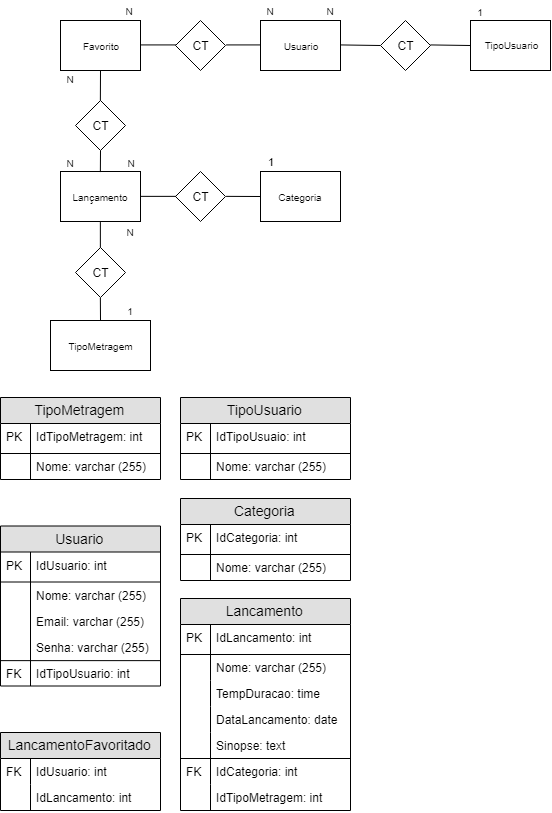
Before: ExOpflix/M_Diagrama.png, a diagram exported from draw.io (RaulDeMelo/2s2019-sprint-1-bd). Source tidied: cells renumbered, new cells last; positions are measured from the earlier drawing's top-left corner, leaving out a move shared by most shapes.
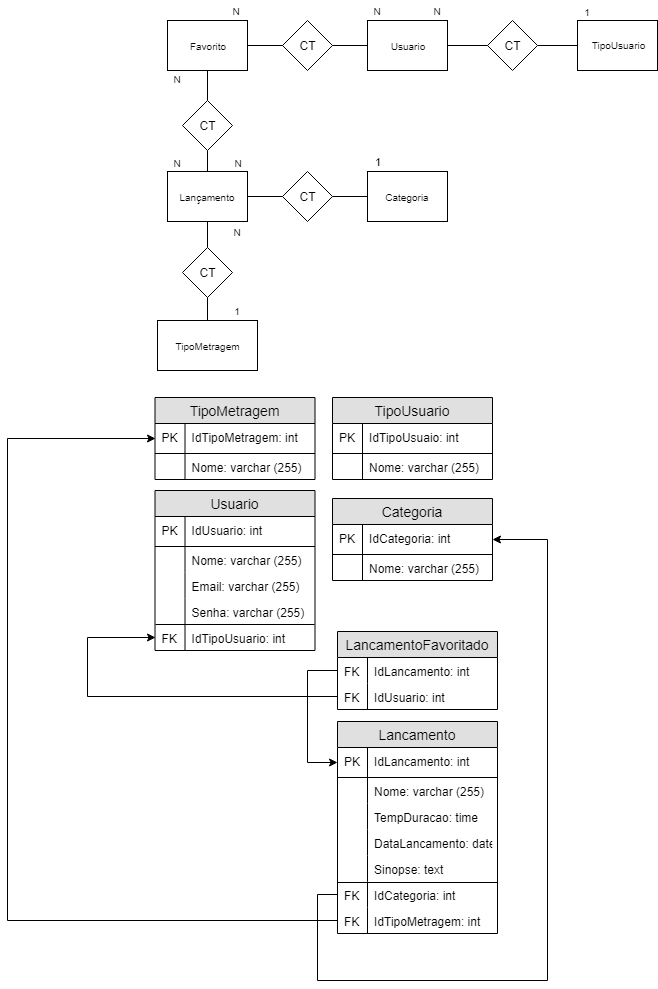
The same file after the commit.

Diff of the diagram source:
```diff
@@ -141,7 +141,7 @@
       <mxGeometry x="50" y="151.5" width="40" height="20" as="geometry" />
     </mxCell>
     <mxCell id="44" value="Usuario" style="swimlane;fontStyle=0;horizontal=1;startSize=26;fillColor=#e0e0e0;swimlaneFillColor=#ffffff;align=center;fontSize=14;" parent="1" vertex="1">
-      <mxGeometry y="525.5" width="160" height="160" as="geometry" />
+      <mxGeometry x="47.5" y="490" width="160" height="160" as="geometry" />
     </mxCell>
     <mxCell id="45" value="IdUsuario: int" style="shape=partialRectangle;top=0;left=0;right=0;bottom=1;align=left;verticalAlign=middle;fillColor=none;spacingLeft=34;spacingRight=4;overflow=hidden;fontStyle=0;fontSize=12;" parent="44" vertex="1">
       <mxGeometry y="26" width="160" height="30" as="geometry" />
@@ -177,7 +177,7 @@
       <mxGeometry relative="1" as="geometry" />
     </mxCell>
     <mxCell id="56" value="TipoMetragem" style="swimlane;fontStyle=0;horizontal=1;startSize=26;fillColor=#e0e0e0;swimlaneFillColor=#ffffff;align=center;fontSize=14;" parent="1" vertex="1">
-      <mxGeometry y="397" width="160" height="82" as="geometry" />
+      <mxGeometry x="47.5" y="397" width="160" height="82" as="geometry" />
     </mxCell>
     <mxCell id="57" value="IdTipoMetragem: int" style="shape=partialRectangle;top=0;left=0;right=0;bottom=1;align=left;verticalAlign=middle;fillColor=none;spacingLeft=34;spacingRight=4;overflow=hidden;points=[[0,0.5],[1,0.5]];portConstraint=eastwest;fontStyle=0;fontSize=12;" parent="56" vertex="1">
       <mxGeometry y="26" width="160" height="30" as="geometry" />
@@ -192,97 +192,131 @@
       <mxGeometry width="30" height="26" as="geometry" />
     </mxCell>
     <mxCell id="61" value="TipoUsuario" style="swimlane;fontStyle=0;horizontal=1;startSize=26;fillColor=#e0e0e0;swimlaneFillColor=#ffffff;align=center;fontSize=14;" parent="1" vertex="1">
-      <mxGeometry x="180" y="397" width="170" height="82" as="geometry" />
+      <mxGeometry x="225" y="397" width="160" height="82" as="geometry" />
     </mxCell>
     <mxCell id="62" value="IdTipoUsuaio: int" style="shape=partialRectangle;top=0;left=0;right=0;bottom=1;align=left;verticalAlign=middle;fillColor=none;spacingLeft=34;spacingRight=4;overflow=hidden;fontStyle=0;fontSize=12;" parent="61" vertex="1">
-      <mxGeometry y="26" width="170" height="30" as="geometry" />
+      <mxGeometry y="26" width="160" height="30" as="geometry" />
     </mxCell>
     <mxCell id="63" value="PK" style="shape=partialRectangle;top=0;left=0;bottom=0;fillColor=none;align=left;verticalAlign=middle;spacingLeft=4;spacingRight=4;overflow=hidden;fontSize=12;" parent="62" vertex="1">
       <mxGeometry width="30" height="30" as="geometry" />
     </mxCell>
     <mxCell id="64" value="Nome: varchar (255)" style="shape=partialRectangle;top=0;left=0;right=0;bottom=0;align=left;verticalAlign=top;fillColor=none;spacingLeft=34;spacingRight=4;overflow=hidden;fontSize=12;" parent="61" vertex="1">
-      <mxGeometry y="56" width="170" height="26" as="geometry" />
+      <mxGeometry y="56" width="160" height="26" as="geometry" />
     </mxCell>
     <mxCell id="65" style="shape=partialRectangle;top=0;left=0;bottom=0;fillColor=none;align=left;verticalAlign=top;spacingLeft=4;spacingRight=4;overflow=hidden;fontSize=12;" parent="64" vertex="1">
       <mxGeometry width="30" height="26" as="geometry" />
     </mxCell>
     <mxCell id="66" value="Categoria" style="swimlane;fontStyle=0;horizontal=1;startSize=26;fillColor=#e0e0e0;swimlaneFillColor=#ffffff;align=center;fontSize=14;" parent="1" vertex="1">
-      <mxGeometry x="180" y="498" width="170" height="82" as="geometry" />
+      <mxGeometry x="225" y="498" width="160" height="82" as="geometry" />
     </mxCell>
     <mxCell id="67" value="IdCategoria: int" style="shape=partialRectangle;top=0;left=0;right=0;bottom=1;align=left;verticalAlign=middle;fillColor=none;spacingLeft=34;spacingRight=4;overflow=hidden;points=[[0,0.5],[1,0.5]];portConstraint=eastwest;fontStyle=0;fontSize=12;" parent="66" vertex="1">
-      <mxGeometry y="26" width="170" height="30" as="geometry" />
+      <mxGeometry y="26" width="160" height="30" as="geometry" />
     </mxCell>
     <mxCell id="68" value="PK" style="shape=partialRectangle;top=0;left=0;bottom=0;fillColor=none;align=left;verticalAlign=middle;spacingLeft=4;spacingRight=4;overflow=hidden;fontSize=12;" parent="67" vertex="1">
       <mxGeometry width="30" height="30" as="geometry" />
     </mxCell>
     <mxCell id="69" value="Nome: varchar (255)" style="shape=partialRectangle;top=0;left=0;right=0;bottom=0;align=left;verticalAlign=top;fillColor=none;spacingLeft=34;spacingRight=4;overflow=hidden;fontSize=12;" parent="66" vertex="1">
-      <mxGeometry y="56" width="170" height="26" as="geometry" />
+      <mxGeometry y="56" width="160" height="26" as="geometry" />
     </mxCell>
     <mxCell id="70" style="shape=partialRectangle;top=0;left=0;bottom=0;fillColor=none;align=left;verticalAlign=top;spacingLeft=4;spacingRight=4;overflow=hidden;fontSize=12;" parent="69" vertex="1">
       <mxGeometry width="30" height="26" as="geometry" />
     </mxCell>
     <mxCell id="71" value="Lancamento" style="swimlane;fontStyle=0;horizontal=1;startSize=26;fillColor=#e0e0e0;swimlaneFillColor=#ffffff;align=center;fontSize=14;" parent="1" vertex="1">
-      <mxGeometry x="180" y="598" width="170" height="212" as="geometry" />
+      <mxGeometry x="230" y="721" width="160" height="212" as="geometry" />
     </mxCell>
     <mxCell id="72" value="IdLancamento: int" style="shape=partialRectangle;top=0;left=0;right=0;bottom=1;align=left;verticalAlign=middle;fillColor=none;spacingLeft=34;spacingRight=4;overflow=hidden;points=[[0,0.5],[1,0.5]];portConstraint=eastwest;fontStyle=0;fontSize=12;" parent="71" vertex="1">
-      <mxGeometry y="26" width="170" height="30" as="geometry" />
+      <mxGeometry y="26" width="160" height="30" as="geometry" />
     </mxCell>
     <mxCell id="73" value="PK" style="shape=partialRectangle;top=0;left=0;bottom=0;fillColor=none;align=left;verticalAlign=middle;spacingLeft=4;spacingRight=4;overflow=hidden;fontSize=12;" parent="72" vertex="1">
       <mxGeometry width="30" height="30" as="geometry" />
     </mxCell>
     <mxCell id="74" value="Nome: varchar (255)" style="shape=partialRectangle;top=0;left=0;right=0;bottom=0;align=left;verticalAlign=top;fillColor=none;spacingLeft=34;spacingRight=4;overflow=hidden;fontSize=12;" parent="71" vertex="1">
-      <mxGeometry y="56" width="170" height="26" as="geometry" />
+      <mxGeometry y="56" width="160" height="26" as="geometry" />
     </mxCell>
-    <mxCell id="75" style="shape=partialRectangle;top=0;left=0;bottom=0;fillColor=none;align=left;verticalAlign=top;spacingLeft=4;spacingRight=4;overflow=hidden;fontSize=12;" parent="74" vertex="1">
-      <mxGeometry width="30" height="26" as="geometry" />
-    </mxCell>
+    <mxCell id="92" style="shape=partialRectangle;top=0;left=0;bottom=0;fillColor=none;align=left;verticalAlign=top;spacingLeft=4;spacingRight=4;overflow=hidden;fontSize=12;" parent="74" vertex="1">
+      <mxGeometry width="30" height="26" as="geometry" />
+    </mxCell>
     <mxCell id="76" value="TempDuracao: time" style="shape=partialRectangle;top=0;left=0;right=0;bottom=0;align=left;verticalAlign=top;fillColor=none;spacingLeft=34;spacingRight=4;overflow=hidden;fontSize=12;" parent="71" vertex="1">
-      <mxGeometry y="82" width="170" height="26" as="geometry" />
+      <mxGeometry y="82" width="160" height="26" as="geometry" />
     </mxCell>
-    <mxCell id="77" style="shape=partialRectangle;top=0;left=0;bottom=0;fillColor=none;align=left;verticalAlign=top;spacingLeft=4;spacingRight=4;overflow=hidden;fontSize=12;" parent="76" vertex="1">
-      <mxGeometry width="30" height="26" as="geometry" />
-    </mxCell>
+    <mxCell id="93" style="shape=partialRectangle;top=0;left=0;bottom=0;fillColor=none;align=left;verticalAlign=top;spacingLeft=4;spacingRight=4;overflow=hidden;fontSize=12;" parent="76" vertex="1">
+      <mxGeometry width="30" height="26" as="geometry" />
+    </mxCell>
     <mxCell id="78" value="DataLancamento: date" style="shape=partialRectangle;top=0;left=0;right=0;bottom=0;align=left;verticalAlign=top;fillColor=none;spacingLeft=34;spacingRight=4;overflow=hidden;fontSize=12;" parent="71" vertex="1">
-      <mxGeometry y="108" width="170" height="26" as="geometry" />
+      <mxGeometry y="108" width="160" height="26" as="geometry" />
     </mxCell>
-    <mxCell id="79" style="shape=partialRectangle;top=0;left=0;bottom=0;fillColor=none;align=left;verticalAlign=top;spacingLeft=4;spacingRight=4;overflow=hidden;fontSize=12;" parent="78" vertex="1">
-      <mxGeometry width="30" height="26" as="geometry" />
-    </mxCell>
+    <mxCell id="94" style="shape=partialRectangle;top=0;left=0;bottom=0;fillColor=none;align=left;verticalAlign=top;spacingLeft=4;spacingRight=4;overflow=hidden;fontSize=12;" parent="78" vertex="1">
+      <mxGeometry width="30" height="26" as="geometry" />
+    </mxCell>
     <mxCell id="80" value="Sinopse: text" style="shape=partialRectangle;top=0;left=0;right=0;bottom=0;align=left;verticalAlign=top;fillColor=none;spacingLeft=34;spacingRight=4;overflow=hidden;fontSize=12;" parent="71" vertex="1">
-      <mxGeometry y="134" width="170" height="26" as="geometry" />
+      <mxGeometry y="134" width="160" height="26" as="geometry" />
     </mxCell>
-    <mxCell id="81" style="shape=partialRectangle;top=0;left=0;bottom=0;fillColor=none;align=left;verticalAlign=top;spacingLeft=4;spacingRight=4;overflow=hidden;fontSize=12;" parent="80" vertex="1">
-      <mxGeometry width="30" height="26" as="geometry" />
-    </mxCell>
+    <mxCell id="95" style="shape=partialRectangle;top=0;left=0;bottom=0;fillColor=none;align=left;verticalAlign=top;spacingLeft=4;spacingRight=4;overflow=hidden;fontSize=12;" parent="80" vertex="1">
+      <mxGeometry width="30" height="26" as="geometry" />
+    </mxCell>
     <mxCell id="82" value="IdCategoria: int" style="shape=partialRectangle;top=0;left=0;right=0;bottom=0;align=left;verticalAlign=top;fillColor=none;spacingLeft=34;spacingRight=4;overflow=hidden;points=[[0,0.5],[1,0.5]];portConstraint=eastwest;fontSize=12;" parent="71" vertex="1">
-      <mxGeometry y="160" width="170" height="26" as="geometry" />
+      <mxGeometry y="160" width="160" height="26" as="geometry" />
     </mxCell>
-    <mxCell id="83" value="FK" style="shape=partialRectangle;top=0;left=0;bottom=0;fillColor=none;align=left;verticalAlign=top;spacingLeft=4;spacingRight=4;overflow=hidden;fontSize=12;" parent="82" vertex="1">
-      <mxGeometry width="30" height="26" as="geometry" />
-    </mxCell>
+    <mxCell id="96" value="FK" style="shape=partialRectangle;top=0;left=0;bottom=0;fillColor=none;align=left;verticalAlign=top;spacingLeft=4;spacingRight=4;overflow=hidden;fontSize=12;" parent="82" vertex="1">
+      <mxGeometry width="30" height="26" as="geometry" />
+    </mxCell>
     <mxCell id="84" value="IdTipoMetragem: int" style="shape=partialRectangle;top=0;left=0;right=0;bottom=0;align=left;verticalAlign=top;fillColor=none;spacingLeft=34;spacingRight=4;overflow=hidden;points=[[0,0.5],[1,0.5]];portConstraint=eastwest;fontSize=12;" parent="71" vertex="1">
-      <mxGeometry y="186" width="170" height="26" as="geometry" />
+      <mxGeometry y="186" width="160" height="26" as="geometry" />
     </mxCell>
-    <mxCell id="85" style="shape=partialRectangle;top=0;left=0;bottom=0;fillColor=none;align=left;verticalAlign=top;spacingLeft=4;spacingRight=4;overflow=hidden;fontSize=12;" parent="84" vertex="1">
-      <mxGeometry width="30" height="26" as="geometry" />
-    </mxCell>
-    <mxCell id="86" style="line;strokeWidth=1;fillColor=none;align=left;verticalAlign=middle;spacingTop=-1;spacingLeft=3;spacingRight=3;labelPosition=right;fontSize=12;" parent="1" vertex="1">
-      <mxGeometry x="180" y="754" width="170" height="8" as="geometry" />
-    </mxCell>
+    <mxCell id="97" value="FK" style="shape=partialRectangle;top=0;left=0;bottom=0;fillColor=none;align=left;verticalAlign=top;spacingLeft=4;spacingRight=4;overflow=hidden;fontSize=12;" parent="84" vertex="1">
+      <mxGeometry width="30" height="26" as="geometry" />
+    </mxCell>
+    <mxCell id="98" style="line;strokeWidth=1;fillColor=none;align=left;verticalAlign=middle;spacingTop=-1;spacingLeft=3;spacingRight=3;labelPosition=right;fontSize=12;" parent="1" vertex="1">
+      <mxGeometry x="230" y="878" width="160" height="8" as="geometry" />
+    </mxCell>
     <mxCell id="87" value="LancamentoFavoritado" style="swimlane;fontStyle=0;horizontal=1;startSize=26;fillColor=#e0e0e0;swimlaneFillColor=#ffffff;align=center;fontSize=14;" parent="1" vertex="1">
-      <mxGeometry y="732" width="160" height="78" as="geometry" />
+      <mxGeometry x="230" y="631" width="160" height="78" as="geometry" />
     </mxCell>
+    <mxCell id="90" value="IdLancamento: int" style="shape=partialRectangle;top=0;left=0;right=0;bottom=0;align=left;verticalAlign=top;fillColor=none;spacingLeft=34;spacingRight=4;overflow=hidden;points=[[0,0.5],[1,0.5]];portConstraint=eastwest;fontSize=12;" parent="87" vertex="1">
+      <mxGeometry y="26" width="160" height="26" as="geometry" />
+    </mxCell>
+    <mxCell id="99" value="FK" style="shape=partialRectangle;top=0;left=0;bottom=0;fillColor=none;align=left;verticalAlign=top;spacingLeft=4;spacingRight=4;overflow=hidden;fontSize=12;" parent="90" vertex="1">
+      <mxGeometry width="30" height="26" as="geometry" />
+    </mxCell>
     <mxCell id="88" value="IdUsuario: int" style="shape=partialRectangle;top=0;left=0;right=0;bottom=0;align=left;verticalAlign=top;fillColor=none;spacingLeft=34;spacingRight=4;overflow=hidden;points=[[0,0.5],[1,0.5]];portConstraint=eastwest;fontSize=12;" parent="87" vertex="1">
-      <mxGeometry y="26" width="160" height="26" as="geometry" />
+      <mxGeometry y="52" width="160" height="26" as="geometry" />
     </mxCell>
-    <mxCell id="89" value="FK" style="shape=partialRectangle;top=0;left=0;bottom=0;fillColor=none;align=left;verticalAlign=top;spacingLeft=4;spacingRight=4;overflow=hidden;fontSize=12;" parent="88" vertex="1">
-      <mxGeometry width="30" height="26" as="geometry" />
-    </mxCell>
-    <mxCell id="90" value="IdLancamento: int" style="shape=partialRectangle;top=0;left=0;right=0;bottom=0;align=left;verticalAlign=top;fillColor=none;spacingLeft=34;spacingRight=4;overflow=hidden;points=[[0,0.5],[1,0.5]];portConstraint=eastwest;fontSize=12;" parent="87" vertex="1">
-      <mxGeometry y="52" width="160" height="26" as="geometry" />
-    </mxCell>
-    <mxCell id="91" style="shape=partialRectangle;top=0;left=0;bottom=0;fillColor=none;align=left;verticalAlign=top;spacingLeft=4;spacingRight=4;overflow=hidden;fontSize=12;" parent="90" vertex="1">
-      <mxGeometry width="30" height="26" as="geometry" />
-    </mxCell>
+    <mxCell id="100" value="FK" style="shape=partialRectangle;top=0;left=0;bottom=0;fillColor=none;align=left;verticalAlign=top;spacingLeft=4;spacingRight=4;overflow=hidden;fontSize=12;" parent="88" vertex="1">
+      <mxGeometry width="30" height="26" as="geometry" />
+    </mxCell>
+    <mxCell id="101" style="edgeStyle=orthogonalEdgeStyle;rounded=0;jettySize=auto;html=1;exitX=0;exitY=0.5;exitDx=0;exitDy=0;entryX=1;entryY=0.5;entryDx=0;entryDy=0;" parent="1" edge="1" source="82" target="67">
+      <mxGeometry relative="1" as="geometry">
+        <Array as="points">
+          <mxPoint x="210" y="894" />
+          <mxPoint x="210" y="980" />
+          <mxPoint x="440" y="980" />
+          <mxPoint x="440" y="539" />
+        </Array>
+      </mxGeometry>
+    </mxCell>
+    <mxCell id="102" style="edgeStyle=orthogonalEdgeStyle;rounded=0;jettySize=auto;html=1;exitX=0;exitY=0.5;exitDx=0;exitDy=0;entryX=0;entryY=0.5;entryDx=0;entryDy=0;" parent="1" edge="1" source="84" target="57">
+      <mxGeometry relative="1" as="geometry">
+        <Array as="points">
+          <mxPoint x="-100" y="920" />
+          <mxPoint x="-100" y="438" />
+        </Array>
+      </mxGeometry>
+    </mxCell>
+    <mxCell id="103" style="edgeStyle=orthogonalEdgeStyle;rounded=0;jettySize=auto;html=1;exitX=0;exitY=0.5;exitDx=0;exitDy=0;entryX=0;entryY=0.5;entryDx=0;entryDy=0;" parent="1" edge="1" source="88" target="53">
+      <mxGeometry relative="1" as="geometry">
+        <Array as="points">
+          <mxPoint x="-20" y="696" />
+          <mxPoint x="-20" y="637" />
+        </Array>
+      </mxGeometry>
+    </mxCell>
+    <mxCell id="104" style="edgeStyle=orthogonalEdgeStyle;rounded=0;jettySize=auto;html=1;exitX=0;exitY=0.5;exitDx=0;exitDy=0;entryX=0;entryY=0.5;entryDx=0;entryDy=0;" parent="1" edge="1" source="90" target="72">
+      <mxGeometry relative="1" as="geometry">
+        <Array as="points">
+          <mxPoint x="200" y="670" />
+          <mxPoint x="200" y="762" />
+        </Array>
+      </mxGeometry>
+    </mxCell>
   </root>
 </mxGraphModel>
```
